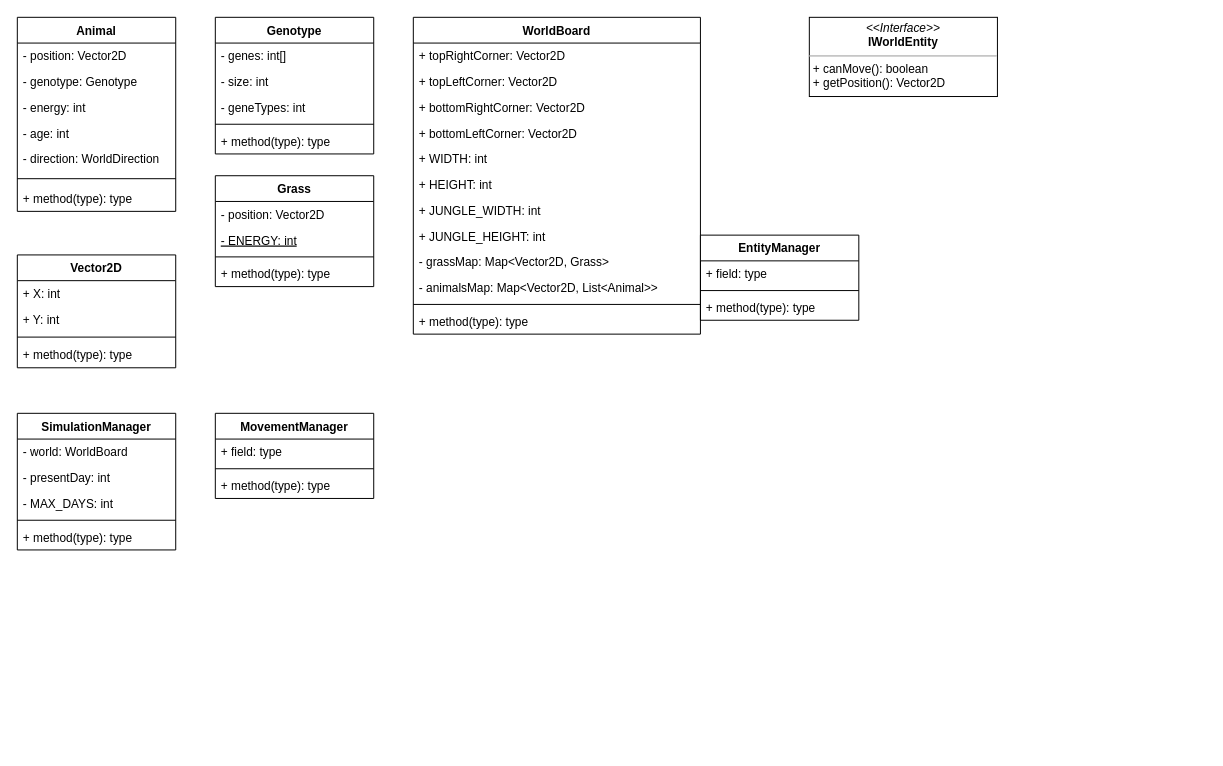
This is Evolutionary Generator Remastered - class diagram.drawio from jakubsolecki/Evolutionary-Generator-Remastered, a draw.io file, before an edit. Source tidied: cells renumbered, new cells numbered last; positions are measured from the earlier drawing's top-left corner, leaving out a move shared by most shapes. Both pictures are drawn from the tidied source at 99%, with x=0, y=0 at pixel (17, 17).
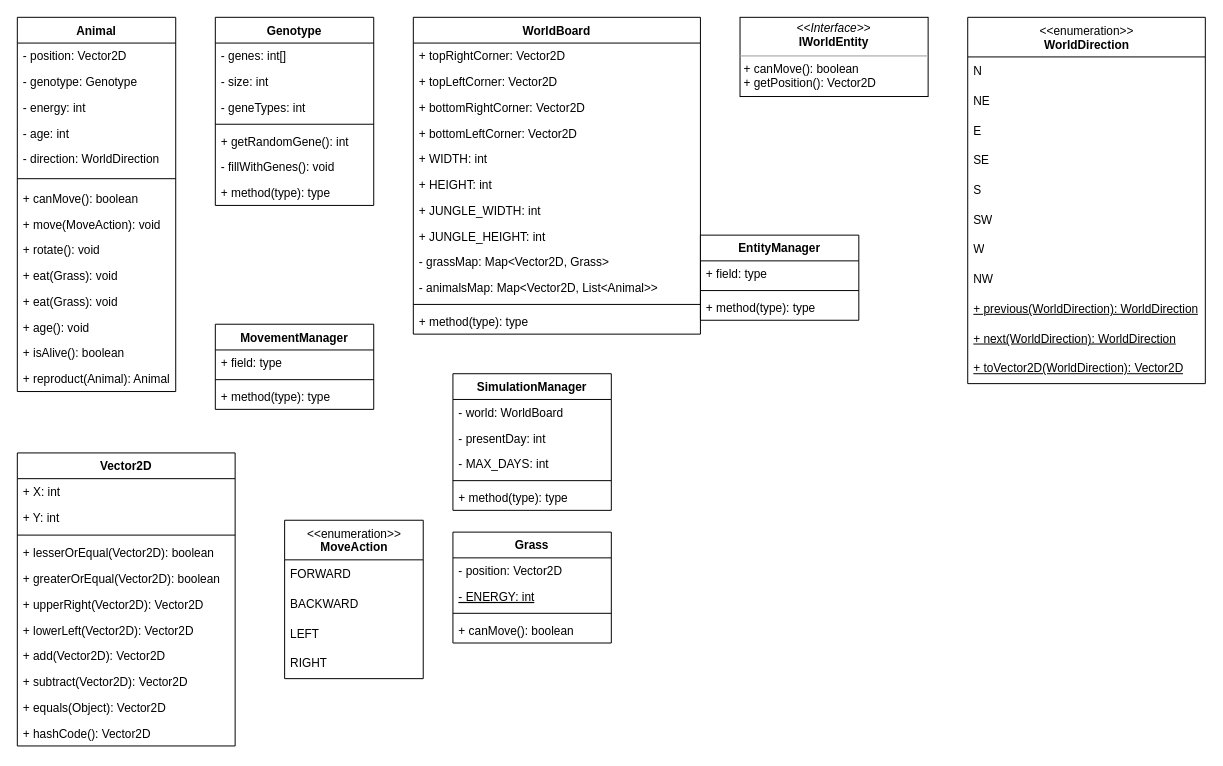
The same diagram, later.

Commit message:
filling classes based on the old project

What changed in the source:
```diff
@@
     <mxCell id="2" value="Animal" style="swimlane;fontStyle=1;align=center;verticalAlign=top;horizontal=1;startSize=26;" parent="1" vertex="1">
-      <mxGeometry width="160" height="196" as="geometry" />
+      <mxGeometry width="160" height="378" as="geometry" />
     </mxCell>
@@
-    <mxCell id="9" value="+ method(type): type" style="text;strokeColor=none;fillColor=none;align=left;verticalAlign=top;spacingLeft=4;spacingRight=4;overflow=hidden;" parent="2" vertex="1">
+    <mxCell id="9" value="+ canMove(): boolean" style="text;strokeColor=none;fillColor=none;align=left;verticalAlign=top;spacingLeft=4;spacingRight=4;overflow=hidden;" parent="2" vertex="1">
       <mxGeometry y="170" width="160" height="26" as="geometry" />
     </mxCell>
+    <mxCell id="54" value="+ move(MoveAction): void" style="text;strokeColor=none;fillColor=none;align=left;verticalAlign=top;spacingLeft=4;spacingRight=4;overflow=hidden;" parent="2" vertex="1">
+      <mxGeometry y="196" width="160" height="26" as="geometry" />
+    </mxCell>
+    <mxCell id="55" value="+ rotate(): void" style="text;strokeColor=none;fillColor=none;align=left;verticalAlign=top;spacingLeft=4;spacingRight=4;overflow=hidden;" parent="2" vertex="1">
+      <mxGeometry y="222" width="160" height="26" as="geometry" />
+    </mxCell>
+    <mxCell id="56" value="+ eat(Grass): void" style="text;strokeColor=none;fillColor=none;align=left;verticalAlign=top;spacingLeft=4;spacingRight=4;overflow=hidden;" parent="2" vertex="1">
+      <mxGeometry y="248" width="160" height="26" as="geometry" />
+    </mxCell>
+    <mxCell id="57" value="+ eat(Grass): void" style="text;strokeColor=none;fillColor=none;align=left;verticalAlign=top;spacingLeft=4;spacingRight=4;overflow=hidden;" parent="2" vertex="1">
+      <mxGeometry y="274" width="160" height="26" as="geometry" />
+    </mxCell>
+    <mxCell id="58" value="+ age(): void" style="text;strokeColor=none;fillColor=none;align=left;verticalAlign=top;spacingLeft=4;spacingRight=4;overflow=hidden;" parent="2" vertex="1">
+      <mxGeometry y="300" width="160" height="26" as="geometry" />
+    </mxCell>
+    <mxCell id="59" value="+ isAlive(): boolean" style="text;strokeColor=none;fillColor=none;align=left;verticalAlign=top;spacingLeft=4;spacingRight=4;overflow=hidden;" parent="2" vertex="1">
+      <mxGeometry y="326" width="160" height="26" as="geometry" />
+    </mxCell>
+    <mxCell id="60" value="+ reproduct(Animal): Animal" style="text;strokeColor=none;fillColor=none;align=left;verticalAlign=top;spacingLeft=4;spacingRight=4;overflow=hidden;" parent="2" vertex="1">
+      <mxGeometry y="352" width="160" height="26" as="geometry" />
+    </mxCell>
     <mxCell id="10" value="Vector2D" style="swimlane;fontStyle=1;align=center;verticalAlign=top;horizontal=1;startSize=26;" parent="1" vertex="1">
-      <mxGeometry y="240" width="160" height="114" as="geometry" />
+      <mxGeometry y="440" width="220" height="296" as="geometry" />
     </mxCell>
     <mxCell id="11" value="+ X: int" style="text;strokeColor=none;fillColor=none;align=left;verticalAlign=top;spacingLeft=4;spacingRight=4;overflow=hidden;" parent="10" vertex="1">
-      <mxGeometry y="26" width="160" height="26" as="geometry" />
+      <mxGeometry y="26" width="220" height="26" as="geometry" />
     </mxCell>
     <mxCell id="12" value="+ Y: int" style="text;strokeColor=none;fillColor=none;align=left;verticalAlign=top;spacingLeft=4;spacingRight=4;overflow=hidden;" parent="10" vertex="1">
-      <mxGeometry y="52" width="160" height="26" as="geometry" />
+      <mxGeometry y="52" width="220" height="26" as="geometry" />
     </mxCell>
     <mxCell id="13" style="line;strokeWidth=1;fillColor=none;align=left;verticalAlign=middle;spacingTop=-1;spacingLeft=3;spacingRight=3;labelPosition=right;" parent="10" vertex="1">
-      <mxGeometry y="78" width="160" height="10" as="geometry" />
+      <mxGeometry y="78" width="220" height="10" as="geometry" />
     </mxCell>
-    <mxCell id="14" value="+ method(type): type" style="text;strokeColor=none;fillColor=none;align=left;verticalAlign=top;spacingLeft=4;spacingRight=4;overflow=hidden;" parent="10" vertex="1">
-      <mxGeometry y="88" width="160" height="26" as="geometry" />
+    <mxCell id="14" value="+ lesserOrEqual(Vector2D): boolean" style="text;strokeColor=none;fillColor=none;align=left;verticalAlign=top;spacingLeft=4;spacingRight=4;overflow=hidden;" parent="10" vertex="1">
+      <mxGeometry y="88" width="220" height="26" as="geometry" />
     </mxCell>
+    <mxCell id="61" value="+ greaterOrEqual(Vector2D): boolean" style="text;strokeColor=none;fillColor=none;align=left;verticalAlign=top;spacingLeft=4;spacingRight=4;overflow=hidden;" parent="10" vertex="1">
+      <mxGeometry y="114" width="220" height="26" as="geometry" />
+    </mxCell>
+    <mxCell id="62" value="+ upperRight(Vector2D): Vector2D" style="text;strokeColor=none;fillColor=none;align=left;verticalAlign=top;spacingLeft=4;spacingRight=4;overflow=hidden;" parent="10" vertex="1">
+      <mxGeometry y="140" width="220" height="26" as="geometry" />
+    </mxCell>
+    <mxCell id="63" value="+ lowerLeft(Vector2D): Vector2D" style="text;strokeColor=none;fillColor=none;align=left;verticalAlign=top;spacingLeft=4;spacingRight=4;overflow=hidden;" parent="10" vertex="1">
+      <mxGeometry y="166" width="220" height="26" as="geometry" />
+    </mxCell>
+    <mxCell id="64" value="+ add(Vector2D): Vector2D" style="text;strokeColor=none;fillColor=none;align=left;verticalAlign=top;spacingLeft=4;spacingRight=4;overflow=hidden;" parent="10" vertex="1">
+      <mxGeometry y="192" width="220" height="26" as="geometry" />
+    </mxCell>
+    <mxCell id="65" value="+ subtract(Vector2D): Vector2D" style="text;strokeColor=none;fillColor=none;align=left;verticalAlign=top;spacingLeft=4;spacingRight=4;overflow=hidden;" parent="10" vertex="1">
+      <mxGeometry y="218" width="220" height="26" as="geometry" />
+    </mxCell>
+    <mxCell id="66" value="+ equals(Object): Vector2D" style="text;strokeColor=none;fillColor=none;align=left;verticalAlign=top;spacingLeft=4;spacingRight=4;overflow=hidden;" parent="10" vertex="1">
+      <mxGeometry y="244" width="220" height="26" as="geometry" />
+    </mxCell>
+    <mxCell id="67" value="+ hashCode(): Vector2D" style="text;strokeColor=none;fillColor=none;align=left;verticalAlign=top;spacingLeft=4;spacingRight=4;overflow=hidden;" parent="10" vertex="1">
+      <mxGeometry y="270" width="220" height="26" as="geometry" />
+    </mxCell>
     <mxCell id="15" value="SimulationManager" style="swimlane;fontStyle=1;align=center;verticalAlign=top;horizontal=1;startSize=26;" parent="1" vertex="1">
-      <mxGeometry y="400" width="160" height="138" as="geometry" />
+      <mxGeometry x="440" y="360" width="160" height="138" as="geometry" />
     </mxCell>
@@
     <mxCell id="21" value="Genotype" style="swimlane;fontStyle=1;align=center;verticalAlign=top;horizontal=1;startSize=26;" parent="1" vertex="1">
-      <mxGeometry x="200" width="160" height="138" as="geometry" />
+      <mxGeometry x="200" width="160" height="190" as="geometry" />
     </mxCell>
@@
+    <mxCell id="68" value="+ getRandomGene(): int" style="text;strokeColor=none;fillColor=none;align=left;verticalAlign=top;spacingLeft=4;spacingRight=4;overflow=hidden;" parent="21" vertex="1">
+      <mxGeometry y="112" width="160" height="26" as="geometry" />
+    </mxCell>
-    <mxCell id="26" value="+ method(type): type" style="text;strokeColor=none;fillColor=none;align=left;verticalAlign=top;spacingLeft=4;spacingRight=4;overflow=hidden;" parent="21" vertex="1">
-      <mxGeometry y="112" width="160" height="26" as="geometry" />
+    <mxCell id="26" value="- fillWithGenes(): void" style="text;strokeColor=none;fillColor=none;align=left;verticalAlign=top;spacingLeft=4;spacingRight=4;overflow=hidden;" parent="21" vertex="1">
+      <mxGeometry y="138" width="160" height="26" as="geometry" />
     </mxCell>
+    <mxCell id="69" value="+ method(type): type" style="text;strokeColor=none;fillColor=none;align=left;verticalAlign=top;spacingLeft=4;spacingRight=4;overflow=hidden;" parent="21" vertex="1">
+      <mxGeometry y="164" width="160" height="26" as="geometry" />
+    </mxCell>
     <mxCell id="27" value="Grass" style="swimlane;fontStyle=1;align=center;verticalAlign=top;horizontal=1;startSize=26;" parent="1" vertex="1">
-      <mxGeometry x="200" y="160" width="160" height="112" as="geometry" />
+      <mxGeometry x="440" y="520" width="160" height="112" as="geometry" />
     </mxCell>
@@
-    <mxCell id="31" value="+ method(type): type" style="text;strokeColor=none;fillColor=none;align=left;verticalAlign=top;spacingLeft=4;spacingRight=4;overflow=hidden;" parent="27" vertex="1">
+    <mxCell id="31" value="+ canMove(): boolean" style="text;strokeColor=none;fillColor=none;align=left;verticalAlign=top;spacingLeft=4;spacingRight=4;overflow=hidden;" parent="27" vertex="1">
       <mxGeometry y="86" width="160" height="26" as="geometry" />
     </mxCell>
@@
     <mxCell id="45" value="&lt;p style=&quot;margin: 0px ; margin-top: 4px ; text-align: center&quot;&gt;&lt;i&gt;&amp;lt;&amp;lt;Interface&amp;gt;&amp;gt;&lt;/i&gt;&lt;br&gt;&lt;b&gt;IWorldEntity&lt;/b&gt;&lt;/p&gt;&lt;hr size=&quot;1&quot;&gt;&lt;p style=&quot;margin: 0px ; margin-left: 4px&quot;&gt;+ canMove(): boolean&lt;br&gt;+ getPosition(): Vector2D&lt;/p&gt;&lt;p style=&quot;margin: 0px ; margin-left: 4px&quot;&gt;&lt;br&gt;&lt;/p&gt;" style="verticalAlign=top;align=left;overflow=fill;fontSize=12;fontFamily=Helvetica;html=1;" parent="1" vertex="1">
-      <mxGeometry x="800" width="190" height="80" as="geometry" />
+      <mxGeometry x="730" width="190" height="80" as="geometry" />
     </mxCell>
@@
     <mxCell id="50" value="MovementManager" style="swimlane;fontStyle=1;align=center;verticalAlign=top;horizontal=1;startSize=26;" parent="1" vertex="1">
-      <mxGeometry x="200" y="400" width="160" height="86" as="geometry" />
+      <mxGeometry x="200" y="310" width="160" height="86" as="geometry" />
     </mxCell>
@@
+    <mxCell id="70" value="&amp;lt;&amp;lt;enumeration&amp;gt;&amp;gt;&lt;br&gt;&lt;b&gt;MoveAction&lt;/b&gt;" style="swimlane;fontStyle=0;align=center;verticalAlign=top;horizontal=1;startSize=40;html=1;" parent="1" vertex="1">
+      <mxGeometry x="270" y="508" width="140" height="160" as="geometry" />
+    </mxCell>
+    <mxCell id="71" value="FORWARD" style="text;html=1;strokeColor=none;fillColor=none;align=left;verticalAlign=middle;spacingLeft=4;spacingRight=4;overflow=hidden;" parent="70" vertex="1">
+      <mxGeometry y="40" width="140" height="30" as="geometry" />
+    </mxCell>
+    <mxCell id="72" value="BACKWARD" style="text;html=1;strokeColor=none;fillColor=none;align=left;verticalAlign=middle;spacingLeft=4;spacingRight=4;overflow=hidden;" parent="70" vertex="1">
+      <mxGeometry y="70" width="140" height="30" as="geometry" />
+    </mxCell>
+    <mxCell id="73" value="LEFT" style="text;html=1;strokeColor=none;fillColor=none;align=left;verticalAlign=middle;spacingLeft=4;spacingRight=4;overflow=hidden;" parent="70" vertex="1">
+      <mxGeometry y="100" width="140" height="30" as="geometry" />
+    </mxCell>
+    <mxCell id="74" value="RIGHT" style="text;html=1;strokeColor=none;fillColor=none;align=left;verticalAlign=middle;spacingLeft=4;spacingRight=4;overflow=hidden;" parent="70" vertex="1">
+      <mxGeometry y="130" width="140" height="30" as="geometry" />
+    </mxCell>
+    <mxCell id="75" value="&amp;lt;&amp;lt;enumeration&amp;gt;&amp;gt;&lt;br&gt;&lt;b&gt;WorldDirection&lt;/b&gt;" style="swimlane;fontStyle=0;align=center;verticalAlign=top;horizontal=1;startSize=40;html=1;" parent="1" vertex="1">
+      <mxGeometry x="960" width="240" height="370" as="geometry" />
+    </mxCell>
+    <mxCell id="76" value="N&amp;nbsp;" style="text;html=1;strokeColor=none;fillColor=none;align=left;verticalAlign=middle;spacingLeft=4;spacingRight=4;overflow=hidden;" parent="75" vertex="1">
+      <mxGeometry y="40" width="240" height="30" as="geometry" />
+    </mxCell>
+    <mxCell id="77" value="NE" style="text;html=1;strokeColor=none;fillColor=none;align=left;verticalAlign=middle;spacingLeft=4;spacingRight=4;overflow=hidden;" parent="75" vertex="1">
+      <mxGeometry y="70" width="240" height="30" as="geometry" />
+    </mxCell>
+    <mxCell id="78" value="E" style="text;html=1;strokeColor=none;fillColor=none;align=left;verticalAlign=middle;spacingLeft=4;spacingRight=4;overflow=hidden;" parent="75" vertex="1">
+      <mxGeometry y="100" width="240" height="30" as="geometry" />
+    </mxCell>
+    <mxCell id="79" value="SE" style="text;html=1;strokeColor=none;fillColor=none;align=left;verticalAlign=middle;spacingLeft=4;spacingRight=4;overflow=hidden;" parent="75" vertex="1">
+      <mxGeometry y="130" width="240" height="30" as="geometry" />
+    </mxCell>
+    <mxCell id="80" value="S" style="text;html=1;strokeColor=none;fillColor=none;align=left;verticalAlign=middle;spacingLeft=4;spacingRight=4;overflow=hidden;" parent="75" vertex="1">
+      <mxGeometry y="160" width="240" height="30" as="geometry" />
+    </mxCell>
+    <mxCell id="81" value="SW" style="text;html=1;strokeColor=none;fillColor=none;align=left;verticalAlign=middle;spacingLeft=4;spacingRight=4;overflow=hidden;" parent="75" vertex="1">
+      <mxGeometry y="190" width="240" height="30" as="geometry" />
+    </mxCell>
+    <mxCell id="82" value="W" style="text;html=1;strokeColor=none;fillColor=none;align=left;verticalAlign=middle;spacingLeft=4;spacingRight=4;overflow=hidden;" parent="75" vertex="1">
+      <mxGeometry y="220" width="240" height="30" as="geometry" />
+    </mxCell>
+    <mxCell id="83" value="NW" style="text;html=1;strokeColor=none;fillColor=none;align=left;verticalAlign=middle;spacingLeft=4;spacingRight=4;overflow=hidden;" parent="75" vertex="1">
+      <mxGeometry y="250" width="240" height="30" as="geometry" />
+    </mxCell>
+    <mxCell id="84" value="+ previous(WorldDirection): WorldDirection" style="text;html=1;strokeColor=none;fillColor=none;align=left;verticalAlign=middle;spacingLeft=4;spacingRight=4;overflow=hidden;fontStyle=4;" parent="75" vertex="1">
+      <mxGeometry y="280" width="240" height="30" as="geometry" />
+    </mxCell>
+    <mxCell id="85" value="+ next(WorldDirection): WorldDirection" style="text;html=1;strokeColor=none;fillColor=none;align=left;verticalAlign=middle;spacingLeft=4;spacingRight=4;overflow=hidden;fontStyle=4;" parent="75" vertex="1">
+      <mxGeometry y="310" width="240" height="30" as="geometry" />
+    </mxCell>
+    <mxCell id="86" value="+ toVector2D(WorldDirection): Vector2D" style="text;html=1;strokeColor=none;fillColor=none;align=left;verticalAlign=middle;spacingLeft=4;spacingRight=4;overflow=hidden;fontStyle=4;" parent="75" vertex="1">
+      <mxGeometry y="340" width="240" height="30" as="geometry" />
+    </mxCell>
```
